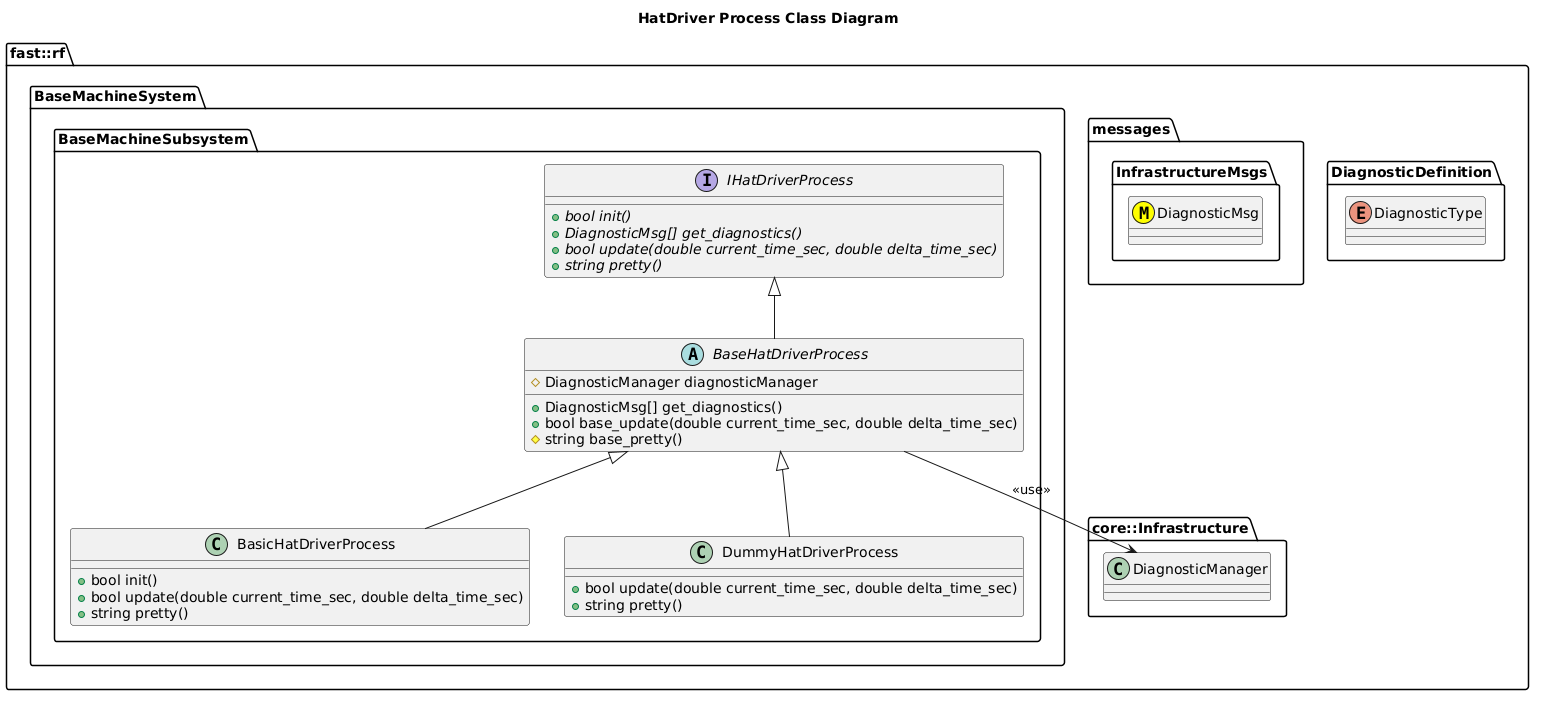
Above: Systems/BaseMachine/Subsystems/BaseMachine/Processes/HatDriver/doc/puml/HatDriverProcessClassDiagram.png in fastrobotics/robot_framework (PlantUML), before the change.
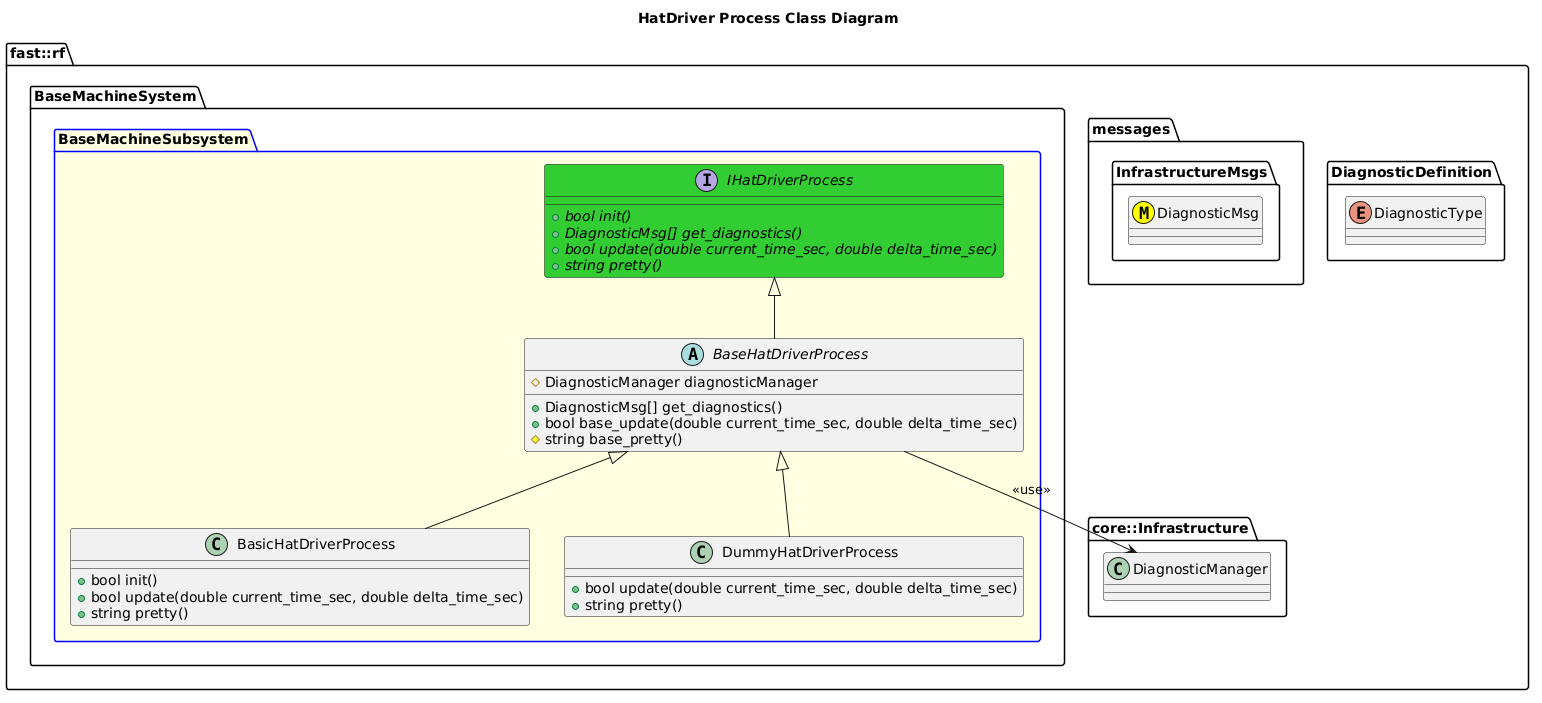
Later version of the same file.

Change to the diagram source:
```diff
@@ -14,8 +14,8 @@
     class DiagnosticManager
   }
   namespace BaseMachineSystem {
-    namespace BaseMachineSubsystem {
-        interface IHatDriverProcess  {
+    package BaseMachineSubsystem  #LightYellow;line:blue {
+        interface IHatDriverProcess #LimeGreen  {
           +{abstract} bool init()
           +{abstract} DiagnosticMsg[] get_diagnostics()
           +{abstract} bool update(double current_time_sec, double delta_time_sec)
```
